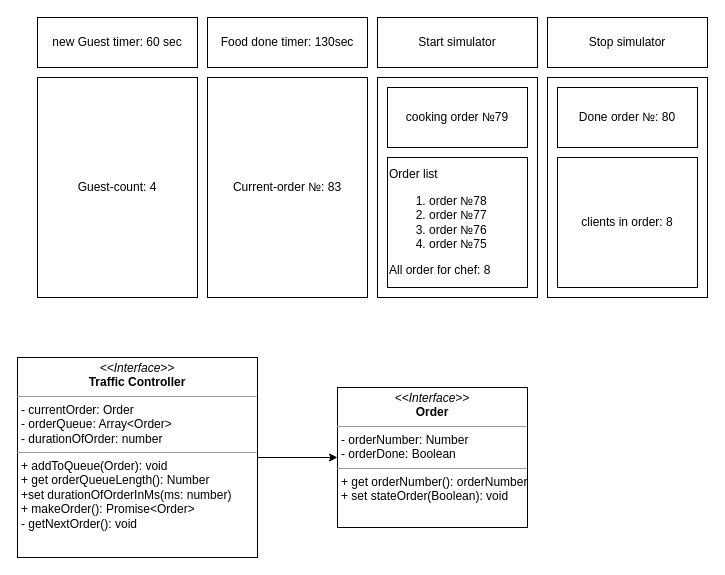
This is fast-food - diagramm.drawio from AndreyUytov/fast-food-simulator, a draw.io file, before an edit. Source tidied: cells renumbered, new cells numbered last; positions are measured from the earlier drawing's top-left corner, leaving out a move shared by most shapes. Both pictures are drawn from the tidied source at 100%, with x=0, y=0 at pixel (17, 17).
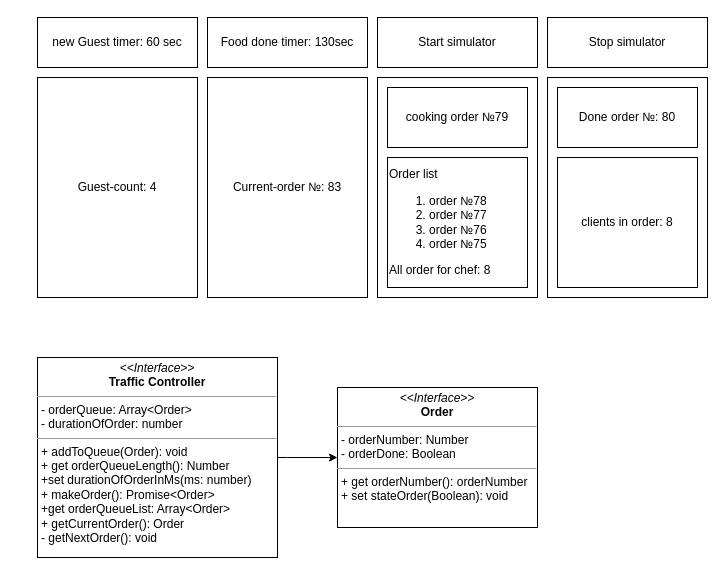
Above is the later version.

Change to the diagram source:
```diff
@@
 <mxGraphModel>
   <root>
     <mxCell id="0" />
     <mxCell id="1" parent="0" />
     <mxCell id="2" value="new Guest timer: 60 sec" style="rounded=0;whiteSpace=wrap;html=1;" parent="1" vertex="1">
       <mxGeometry x="20" width="160" height="50" as="geometry" />
     </mxCell>
     <mxCell id="3" value="Food done timer: 130sec" style="rounded=0;whiteSpace=wrap;html=1;" parent="1" vertex="1">
       <mxGeometry x="190" width="160" height="50" as="geometry" />
     </mxCell>
     <mxCell id="4" value="Start simulator" style="rounded=0;whiteSpace=wrap;html=1;" parent="1" vertex="1">
       <mxGeometry x="360" width="160" height="50" as="geometry" />
     </mxCell>
     <mxCell id="5" value="Stop simulator" style="rounded=0;whiteSpace=wrap;html=1;" parent="1" vertex="1">
       <mxGeometry x="530" width="160" height="50" as="geometry" />
     </mxCell>
     <mxCell id="6" value="Guest-count: 4" style="rounded=0;whiteSpace=wrap;html=1;" parent="1" vertex="1">
       <mxGeometry x="20" y="60" width="160" height="220" as="geometry" />
     </mxCell>
     <mxCell id="7" value="Current-order №: 83" style="rounded=0;whiteSpace=wrap;html=1;" parent="1" vertex="1">
       <mxGeometry x="190" y="60" width="160" height="220" as="geometry" />
     </mxCell>
     <mxCell id="8" style="rounded=0;whiteSpace=wrap;html=1;" parent="1" vertex="1">
       <mxGeometry x="360" y="60" width="160" height="220" as="geometry" />
     </mxCell>
     <mxCell id="9" value="cooking order №79" style="rounded=0;whiteSpace=wrap;html=1;" parent="1" vertex="1">
       <mxGeometry x="370" y="70" width="140" height="60" as="geometry" />
     </mxCell>
     <mxCell id="10" value="Order list&lt;br&gt;&lt;ol&gt;&lt;li&gt;order №78&lt;/li&gt;&lt;li&gt;order №77&lt;/li&gt;&lt;li&gt;order №76&lt;/li&gt;&lt;li&gt;order №75&lt;/li&gt;&lt;/ol&gt;All order for chef: 8&amp;nbsp;" style="rounded=0;whiteSpace=wrap;html=1;align=left;" parent="1" vertex="1">
       <mxGeometry x="370" y="140" width="140" height="130" as="geometry" />
     </mxCell>
     <mxCell id="11" style="rounded=0;whiteSpace=wrap;html=1;align=left;" parent="1" vertex="1">
       <mxGeometry x="530" y="60" width="160" height="220" as="geometry" />
     </mxCell>
     <mxCell id="12" value="&lt;span style=&quot;text-align: left&quot;&gt;Done order №: 80&lt;/span&gt;" style="rounded=0;whiteSpace=wrap;html=1;" parent="1" vertex="1">
       <mxGeometry x="540" y="70" width="140" height="60" as="geometry" />
     </mxCell>
     <mxCell id="13" value="clients in order: 8" style="rounded=0;whiteSpace=wrap;html=1;align=center;" parent="1" vertex="1">
       <mxGeometry x="540" y="140" width="140" height="130" as="geometry" />
     </mxCell>
     <mxCell id="14" style="edgeStyle=orthogonalEdgeStyle;rounded=0;jettySize=auto;html=1;" parent="1" edge="1" source="15" target="16">
-      <mxGeometry relative="1" as="geometry" />
+      <mxGeometry relative="1" as="geometry">
+        <Array as="points">
+          <mxPoint x="270" y="440" />
+          <mxPoint x="270" y="440" />
+        </Array>
+      </mxGeometry>
     </mxCell>
-    <mxCell id="15" value="&lt;p style=&quot;margin: 0px ; margin-top: 4px ; text-align: center&quot;&gt;&lt;i&gt;&amp;lt;&amp;lt;Interface&amp;gt;&amp;gt;&lt;/i&gt;&lt;br&gt;&lt;b&gt;Traffic Controller&lt;/b&gt;&lt;/p&gt;&lt;hr size=&quot;1&quot;&gt;&lt;p style=&quot;margin: 0px ; margin-left: 4px&quot;&gt;- currentOrder: Order&lt;br&gt;- orderQueue&lt;span&gt;: Array&amp;lt;Order&amp;gt;&lt;/span&gt;&lt;/p&gt;&lt;p style=&quot;margin: 0px ; margin-left: 4px&quot;&gt;&lt;span&gt;- durationOfOrder: number&lt;/span&gt;&lt;/p&gt;&lt;hr size=&quot;1&quot;&gt;&lt;p style=&quot;margin: 0px ; margin-left: 4px&quot;&gt;+ addToQueue(Order): void&lt;br&gt;+ get orderQueueLength(): Number&lt;/p&gt;&lt;p style=&quot;margin: 0px ; margin-left: 4px&quot;&gt;+set durationOfOrderInMs(ms: number)&lt;/p&gt;&lt;p style=&quot;margin: 0px ; margin-left: 4px&quot;&gt;+ makeOrder(): Promise&amp;lt;Order&amp;gt;&lt;/p&gt;&lt;p style=&quot;margin: 0px ; margin-left: 4px&quot;&gt;- getNextOrder(): void&lt;/p&gt;" style="verticalAlign=top;align=left;overflow=fill;fontSize=12;fontFamily=Helvetica;html=1;" parent="1" vertex="1">
-      <mxGeometry y="340" width="240" height="200" as="geometry" />
+    <mxCell id="15" value="&lt;p style=&quot;margin: 0px ; margin-top: 4px ; text-align: center&quot;&gt;&lt;i&gt;&amp;lt;&amp;lt;Interface&amp;gt;&amp;gt;&lt;/i&gt;&lt;br&gt;&lt;b&gt;Traffic Controller&lt;/b&gt;&lt;/p&gt;&lt;hr size=&quot;1&quot;&gt;&lt;p style=&quot;margin: 0px ; margin-left: 4px&quot;&gt;- orderQueue&lt;span&gt;: Array&amp;lt;Order&amp;gt;&lt;/span&gt;&lt;/p&gt;&lt;p style=&quot;margin: 0px ; margin-left: 4px&quot;&gt;&lt;span&gt;- durationOfOrder: number&lt;/span&gt;&lt;/p&gt;&lt;hr size=&quot;1&quot;&gt;&lt;p style=&quot;margin: 0px ; margin-left: 4px&quot;&gt;+ addToQueue(Order): void&lt;br&gt;+ get orderQueueLength(): Number&lt;/p&gt;&lt;p style=&quot;margin: 0px ; margin-left: 4px&quot;&gt;+set durationOfOrderInMs(ms: number)&lt;/p&gt;&lt;p style=&quot;margin: 0px ; margin-left: 4px&quot;&gt;+ makeOrder(): Promise&amp;lt;Order&amp;gt;&lt;/p&gt;&lt;p style=&quot;margin: 0px ; margin-left: 4px&quot;&gt;+get orderQueueList: Array&amp;lt;Order&amp;gt;&lt;/p&gt;&lt;p style=&quot;margin: 0px ; margin-left: 4px&quot;&gt;+ getCurrentOrder(): Order&lt;/p&gt;&lt;p style=&quot;margin: 0px ; margin-left: 4px&quot;&gt;- getNextOrder(): void&lt;/p&gt;" style="verticalAlign=top;align=left;overflow=fill;fontSize=12;fontFamily=Helvetica;html=1;" parent="1" vertex="1">
+      <mxGeometry x="20" y="340" width="240" height="200" as="geometry" />
     </mxCell>
     <mxCell id="16" value="&lt;p style=&quot;margin: 0px ; margin-top: 4px ; text-align: center&quot;&gt;&lt;i&gt;&amp;lt;&amp;lt;Interface&amp;gt;&amp;gt;&lt;/i&gt;&lt;br&gt;&lt;b&gt;Order&lt;/b&gt;&lt;/p&gt;&lt;hr size=&quot;1&quot;&gt;&lt;p style=&quot;margin: 0px ; margin-left: 4px&quot;&gt;- orderNumber: Number&lt;br&gt;&lt;/p&gt;&lt;p style=&quot;margin: 0px ; margin-left: 4px&quot;&gt;- orderDone: Boolean&lt;/p&gt;&lt;hr size=&quot;1&quot;&gt;&lt;p style=&quot;margin: 0px ; margin-left: 4px&quot;&gt;+ get orderNumber(): orderNumber&lt;br&gt;+ set stateOrder(Boolean): void&lt;/p&gt;" style="verticalAlign=top;align=left;overflow=fill;fontSize=12;fontFamily=Helvetica;html=1;" parent="1" vertex="1">
-      <mxGeometry x="320" y="370" width="190" height="140" as="geometry" />
+      <mxGeometry x="320" y="370" width="200" height="140" as="geometry" />
     </mxCell>
   </root>
 </mxGraphModel>
```
